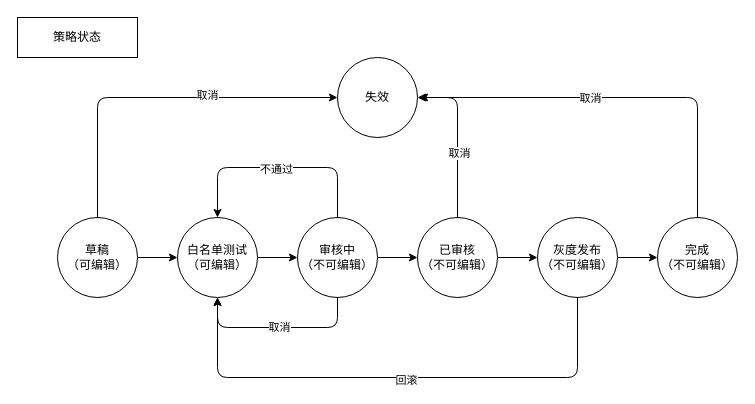
Above: Untitled Diagram.drawio in Wang-Jun-Chao/diagrams (draw.io), before the change. Source tidied: cells renumbered, new cells numbered last; positions are measured from the earlier drawing's top-left corner, leaving out a move shared by most shapes. Both pictures are drawn from the tidied source at 100%, with x=0, y=0 at pixel (17, 17).
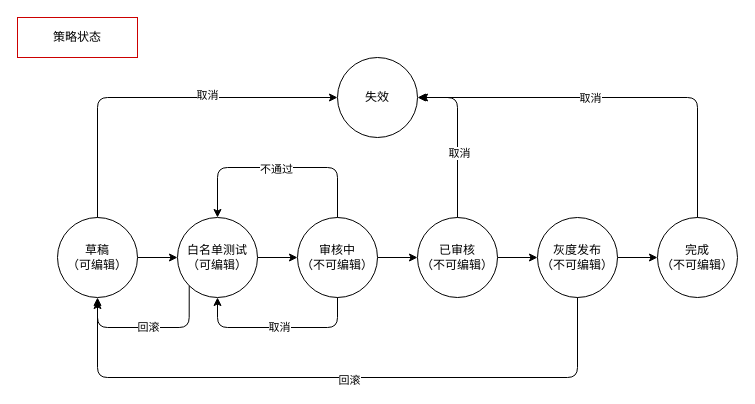
The same diagram, later.

Unchanged cells that the change refers to:
```xml
<mxCell id="5" value="白名单测试&lt;br&gt;（可编辑）" style="ellipse;whiteSpace=wrap;html=1;" parent="1" vertex="1">
  <mxGeometry x="160" y="200" width="80" height="80" as="geometry" />
</mxCell>
<mxCell id="11" value="灰度发布&lt;br&gt;（不可编辑）" style="ellipse;whiteSpace=wrap;html=1;" parent="1" vertex="1">
  <mxGeometry x="520" y="200" width="80" height="80" as="geometry" />
</mxCell>
```

Diff of the diagram source:
```diff
@@
-    <mxCell id="20" style="endArrow=classic;html=1;edgeStyle=orthogonalEdgeStyle;exitX=0.5;exitY=1;exitDx=0;exitDy=0;entryX=0.5;entryY=1;entryDx=0;entryDy=0;" parent="1" edge="1" source="11" target="5">
+    <mxCell id="20" style="endArrow=classic;html=1;edgeStyle=orthogonalEdgeStyle;exitX=0.5;exitY=1;exitDx=0;exitDy=0;" parent="1" edge="1" source="11">
       <mxGeometry relative="1" as="geometry">
+        <mxPoint x="80" y="283" as="targetPoint" />
         <Array as="points">
           <mxPoint x="560" y="360" />
-          <mxPoint x="200" y="360" />
+          <mxPoint x="80" y="360" />
+          <mxPoint x="80" y="283" />
         </Array>
       </mxGeometry>
     </mxCell>
@@
-    <mxCell id="26" value="策略状态" style="rounded=0;whiteSpace=wrap;html=1;" parent="1" vertex="1">
+    <mxCell id="26" value="策略状态" style="rounded=0;whiteSpace=wrap;html=1;strokeColor=#CC0000;" parent="1" vertex="1">
       <mxGeometry width="120" height="40" as="geometry" />
     </mxCell>
+    <mxCell id="27" value="回滚" style="endArrow=classic;html=1;edgeStyle=orthogonalEdgeStyle;exitX=0;exitY=1;exitDx=0;exitDy=0;" parent="1" edge="1" source="5">
+      <mxGeometry relative="1" as="geometry">
+        <mxPoint x="80" y="280" as="targetPoint" />
+        <Array as="points">
+          <mxPoint x="172" y="310" />
+          <mxPoint x="80" y="310" />
+        </Array>
+      </mxGeometry>
+    </mxCell>
```
